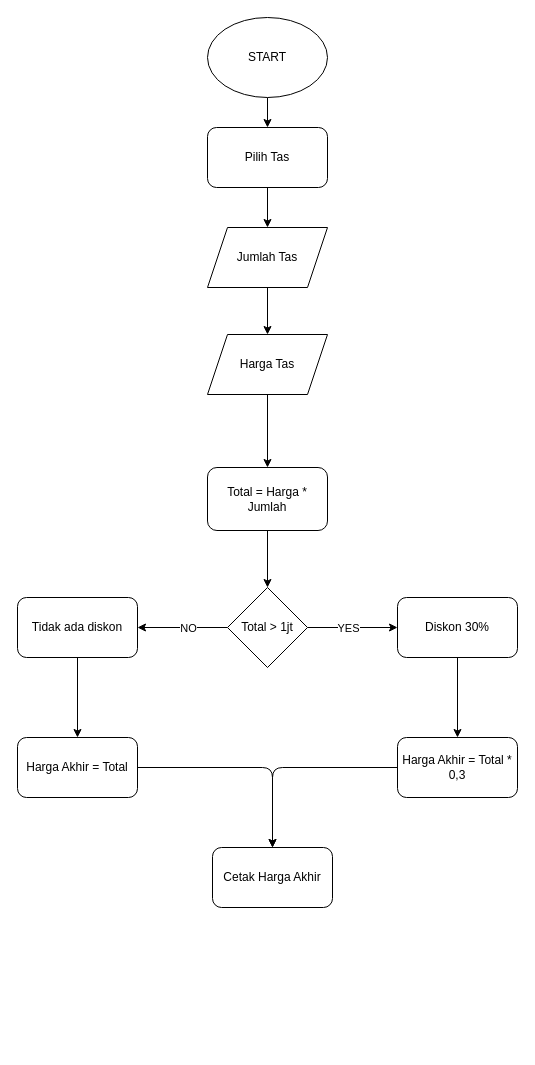
Before: flowchart.drawio in ViaSafira/via_safira-kalkulator-_diskon_tas, a draw.io diagram. Source tidied: cells renumbered, new cells numbered last; positions are measured from the earlier drawing's top-left corner, leaving out a move shared by most shapes. Both pictures are drawn from the tidied source at 100%, with x=0, y=0 at pixel (17, 17).
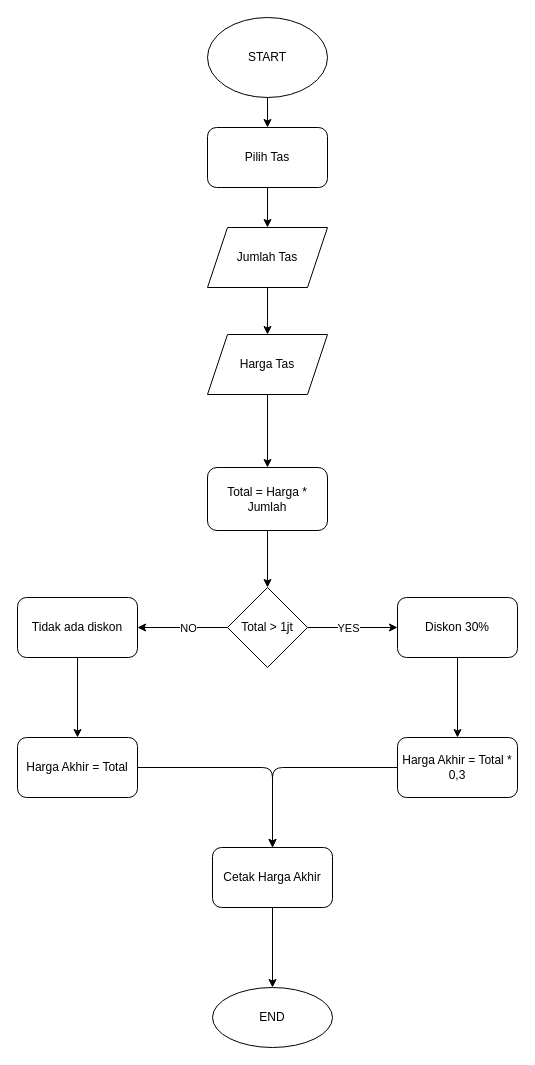
The same page after the edit.

Commit message:
flowchart selesai

Unchanged cells that the change refers to:
```xml
<mxCell id="21" value="Cetak Harga Akhir" style="whiteSpace=wrap;html=1;rounded=1;" parent="1" vertex="1">
  <mxGeometry x="195" y="830" width="120" height="60" as="geometry" />
</mxCell>
```

What changed in the source:
```diff
@@
+    <mxCell id="26" style="edgeStyle=none;html=1;" parent="1" edge="1" source="21" target="27">
+      <mxGeometry relative="1" as="geometry" />
+    </mxCell>
@@
+    <mxCell id="27" value="END" style="ellipse;whiteSpace=wrap;html=1;rounded=1;" parent="1" vertex="1">
+      <mxGeometry x="195" y="970" width="120" height="60" as="geometry" />
+    </mxCell>
```
